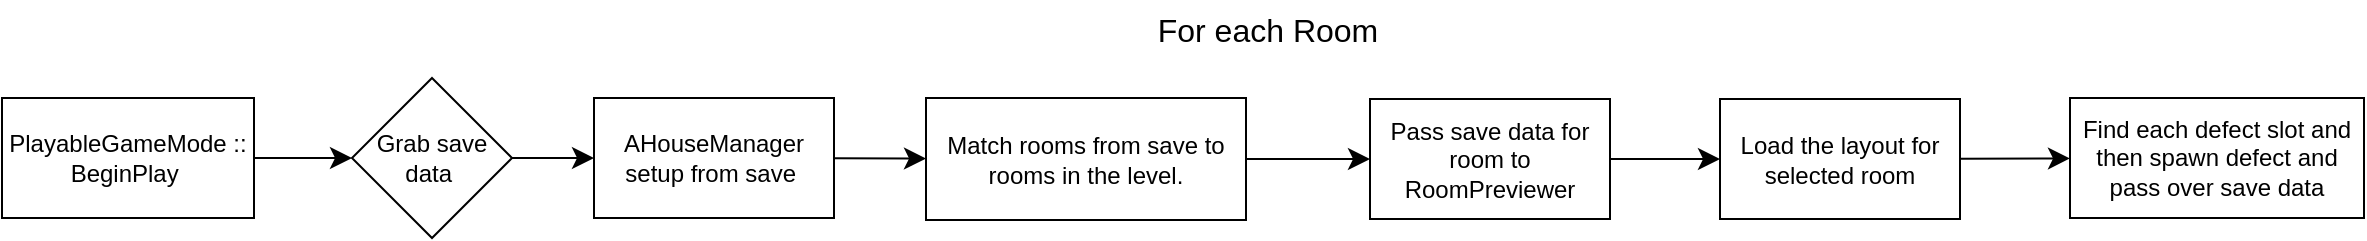
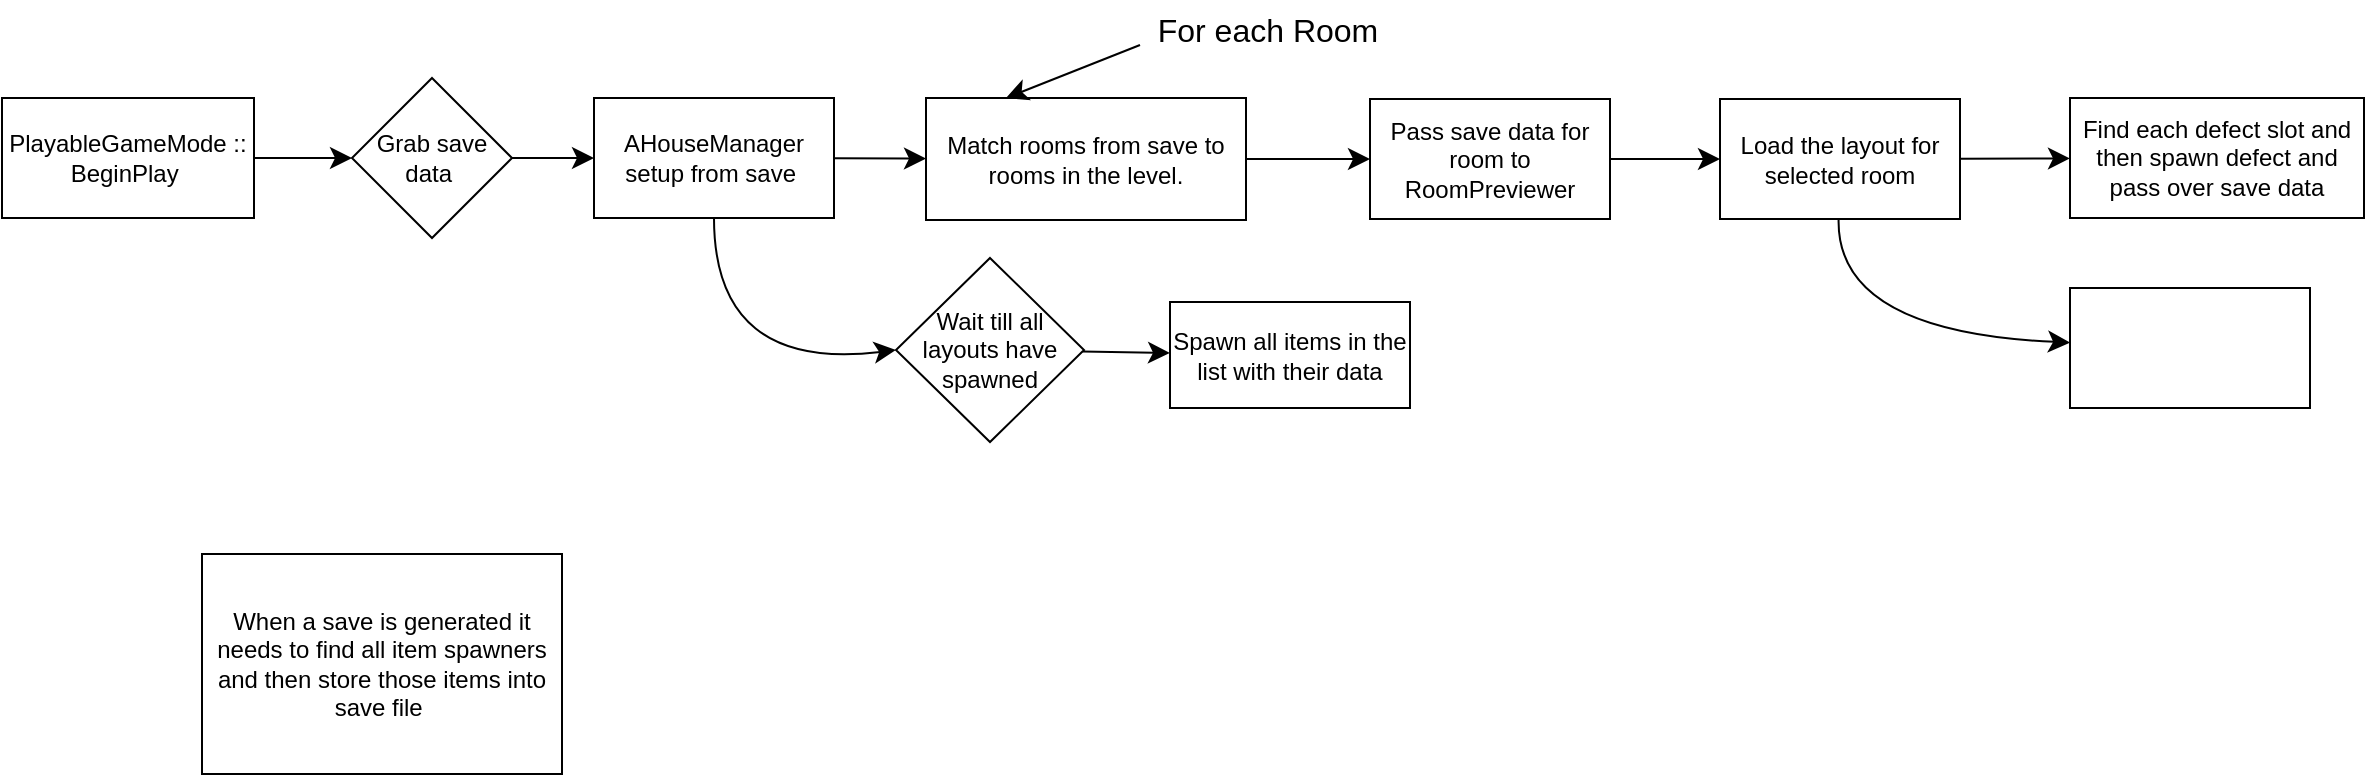
<mxfile host="app.diagrams.net">
  <diagram name="Page-1" id="KGVDJMPgNpfP-Fwo4kq2">
-     <mxGraphModel dx="1544" dy="576" grid="0" gridSize="10" guides="1" tooltips="1" connect="1" arrows="1" fold="1" page="0" pageScale="1" pageWidth="827" pageHeight="1169" math="0" shadow="0">
+     <mxGraphModel dx="1109" dy="606" grid="0" gridSize="10" guides="1" tooltips="1" connect="1" arrows="1" fold="1" page="0" pageScale="1" pageWidth="827" pageHeight="1169" math="0" shadow="0">
      <root>
        <mxCell id="0" />
        <mxCell id="1" parent="0" />
        <mxCell id="6yjE_Kxh9MwJUemc3Z84-5" edge="1" parent="1" source="6yjE_Kxh9MwJUemc3Z84-1" style="edgeStyle=none;curved=1;rounded=0;orthogonalLoop=1;jettySize=auto;html=1;fontSize=12;startSize=8;endSize=8;" target="6yjE_Kxh9MwJUemc3Z84-2" value="">
          <mxGeometry relative="1" as="geometry" />
        </mxCell>
        <mxCell id="6yjE_Kxh9MwJUemc3Z84-1" parent="1" style="whiteSpace=wrap;html=1;" value="PlayableGameMode :: BeginPlay&amp;nbsp;" vertex="1">
          <mxGeometry height="60" width="126" x="-76" y="180" as="geometry" />
        </mxCell>
        <mxCell id="6yjE_Kxh9MwJUemc3Z84-6" edge="1" parent="1" source="6yjE_Kxh9MwJUemc3Z84-2" style="edgeStyle=none;curved=1;rounded=0;orthogonalLoop=1;jettySize=auto;html=1;fontSize=12;startSize=8;endSize=8;" target="6yjE_Kxh9MwJUemc3Z84-3" value="">
          <mxGeometry relative="1" as="geometry" />
        </mxCell>
        <mxCell id="6yjE_Kxh9MwJUemc3Z84-2" parent="1" style="rhombus;whiteSpace=wrap;html=1;" value="Grab save data&amp;nbsp;" vertex="1">
          <mxGeometry height="80" width="80" x="99" y="170" as="geometry" />
        </mxCell>
        <mxCell id="6yjE_Kxh9MwJUemc3Z84-7" edge="1" parent="1" source="6yjE_Kxh9MwJUemc3Z84-3" style="edgeStyle=none;curved=1;rounded=0;orthogonalLoop=1;jettySize=auto;html=1;fontSize=12;startSize=8;endSize=8;" target="6yjE_Kxh9MwJUemc3Z84-4" value="">
          <mxGeometry relative="1" as="geometry" />
+         </mxCell>
+         <mxCell id="6yjE_Kxh9MwJUemc3Z84-20" edge="1" parent="1" source="6yjE_Kxh9MwJUemc3Z84-3" style="edgeStyle=none;curved=1;rounded=0;orthogonalLoop=1;jettySize=auto;html=1;fontSize=12;startSize=8;endSize=8;entryX=0;entryY=0.5;entryDx=0;entryDy=0;" target="6yjE_Kxh9MwJUemc3Z84-21" value="">
+           <mxGeometry relative="1" as="geometry">
+             <Array as="points">
+               <mxPoint x="280" y="317" />
+             </Array>
+           </mxGeometry>
        </mxCell>
        <mxCell id="6yjE_Kxh9MwJUemc3Z84-3" parent="1" style="whiteSpace=wrap;html=1;" value="AHouseManager setup from save&amp;nbsp;" vertex="1">
          <mxGeometry height="60" width="120" x="220" y="180" as="geometry" />
        </mxCell>
        <mxCell id="6yjE_Kxh9MwJUemc3Z84-9" edge="1" parent="1" source="6yjE_Kxh9MwJUemc3Z84-4" style="edgeStyle=none;curved=1;rounded=0;orthogonalLoop=1;jettySize=auto;html=1;fontSize=12;startSize=8;endSize=8;" target="6yjE_Kxh9MwJUemc3Z84-8" value="">
          <mxGeometry relative="1" as="geometry" />
        </mxCell>
        <mxCell id="6yjE_Kxh9MwJUemc3Z84-4" parent="1" style="rounded=0;whiteSpace=wrap;html=1;" value="Match rooms from save to rooms in the level." vertex="1">
          <mxGeometry height="61" width="160" x="386" y="180" as="geometry" />
        </mxCell>
        <mxCell id="6yjE_Kxh9MwJUemc3Z84-11" edge="1" parent="1" source="6yjE_Kxh9MwJUemc3Z84-8" style="edgeStyle=none;curved=1;rounded=0;orthogonalLoop=1;jettySize=auto;html=1;fontSize=12;startSize=8;endSize=8;" target="6yjE_Kxh9MwJUemc3Z84-10" value="">
          <mxGeometry relative="1" as="geometry" />
        </mxCell>
        <mxCell id="6yjE_Kxh9MwJUemc3Z84-8" parent="1" style="whiteSpace=wrap;html=1;rounded=0;" value="Pass save data for room to RoomPreviewer" vertex="1">
          <mxGeometry height="60" width="120" x="608" y="180.5" as="geometry" />
        </mxCell>
        <mxCell id="6yjE_Kxh9MwJUemc3Z84-14" edge="1" parent="1" source="6yjE_Kxh9MwJUemc3Z84-10" style="edgeStyle=none;curved=1;rounded=0;orthogonalLoop=1;jettySize=auto;html=1;fontSize=12;startSize=8;endSize=8;" target="6yjE_Kxh9MwJUemc3Z84-13" value="">
          <mxGeometry relative="1" as="geometry" />
        </mxCell>
+         <mxCell id="6yjE_Kxh9MwJUemc3Z84-17" edge="1" parent="1" source="6yjE_Kxh9MwJUemc3Z84-10" style="edgeStyle=none;curved=1;rounded=0;orthogonalLoop=1;jettySize=auto;html=1;fontSize=12;startSize=8;endSize=8;" target="6yjE_Kxh9MwJUemc3Z84-16" value="">
+           <mxGeometry relative="1" as="geometry">
+             <Array as="points">
+               <mxPoint x="841" y="297" />
+             </Array>
+           </mxGeometry>
+         </mxCell>
        <mxCell id="6yjE_Kxh9MwJUemc3Z84-10" parent="1" style="whiteSpace=wrap;html=1;rounded=0;" value="Load the layout for selected room" vertex="1">
          <mxGeometry height="60" width="120" x="783" y="180.5" as="geometry" />
        </mxCell>
        <mxCell id="6yjE_Kxh9MwJUemc3Z84-12" parent="1" style="text;html=1;whiteSpace=wrap;strokeColor=none;fillColor=none;align=center;verticalAlign=middle;rounded=0;fontSize=16;" value="For each Room" vertex="1">
          <mxGeometry height="30" width="128" x="493" y="131" as="geometry" />
        </mxCell>
        <mxCell id="6yjE_Kxh9MwJUemc3Z84-13" parent="1" style="whiteSpace=wrap;html=1;rounded=0;" value="Find each defect slot and then spawn defect and pass over save data" vertex="1">
          <mxGeometry height="60" width="147" x="958" y="180" as="geometry" />
        </mxCell>
+         <mxCell id="6yjE_Kxh9MwJUemc3Z84-15" edge="1" parent="1" source="6yjE_Kxh9MwJUemc3Z84-12" style="edgeStyle=none;orthogonalLoop=1;jettySize=auto;html=1;rounded=0;fontSize=12;startSize=8;endSize=8;curved=1;exitX=0;exitY=0.75;exitDx=0;exitDy=0;entryX=0.25;entryY=0;entryDx=0;entryDy=0;" target="6yjE_Kxh9MwJUemc3Z84-4" value="">
+           <mxGeometry relative="1" width="140" as="geometry">
+             <Array as="points" />
+             <mxPoint x="642" y="264" as="sourcePoint" />
+             <mxPoint x="782" y="264" as="targetPoint" />
+           </mxGeometry>
+         </mxCell>
+         <mxCell id="6yjE_Kxh9MwJUemc3Z84-16" parent="1" style="whiteSpace=wrap;html=1;rounded=0;" value="" vertex="1">
+           <mxGeometry height="60" width="120" x="958" y="275" as="geometry" />
+         </mxCell>
+         <mxCell id="6yjE_Kxh9MwJUemc3Z84-18" parent="1" style="whiteSpace=wrap;html=1;" value="When a save is generated it needs to find all item spawners and then store those items into save file&amp;nbsp;" vertex="1">
+           <mxGeometry height="110" width="180" x="24" y="408" as="geometry" />
+         </mxCell>
+         <mxCell id="6yjE_Kxh9MwJUemc3Z84-19" parent="1" style="whiteSpace=wrap;html=1;" value="Spawn all items in the list with their data" vertex="1">
+           <mxGeometry height="53" width="120" x="508" y="282" as="geometry" />
+         </mxCell>
+         <mxCell id="6yjE_Kxh9MwJUemc3Z84-22" edge="1" parent="1" source="6yjE_Kxh9MwJUemc3Z84-21" style="edgeStyle=none;curved=1;rounded=0;orthogonalLoop=1;jettySize=auto;html=1;fontSize=12;startSize=8;endSize=8;" target="6yjE_Kxh9MwJUemc3Z84-19" value="">
+           <mxGeometry relative="1" as="geometry" />
+         </mxCell>
+         <mxCell id="6yjE_Kxh9MwJUemc3Z84-21" parent="1" style="rhombus;whiteSpace=wrap;html=1;" value="Wait till all layouts have spawned" vertex="1">
+           <mxGeometry height="92" width="94" x="371" y="260" as="geometry" />
+         </mxCell>
      </root>
    </mxGraphModel>
  </diagram>
</mxfile>
